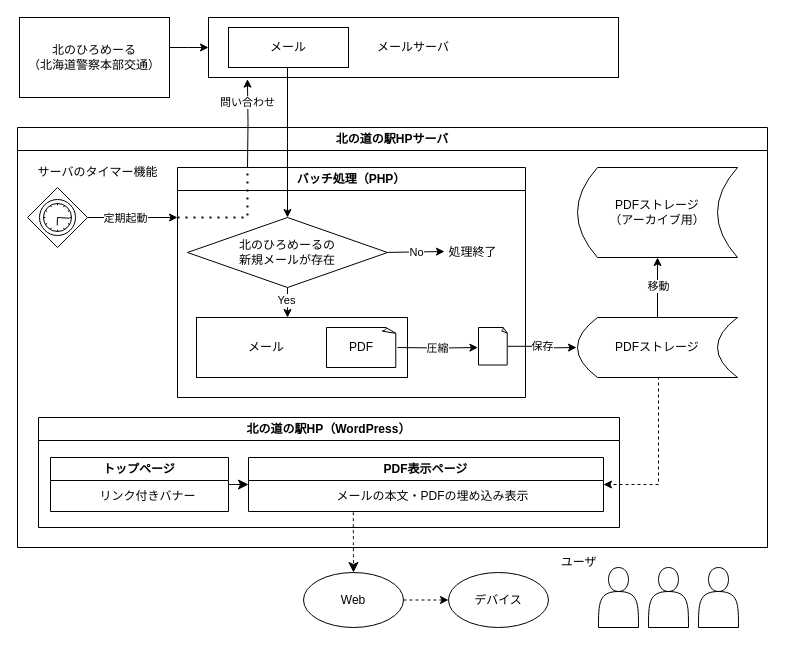
Above: システム概念図.drawio in Nisshee2424/quiz_app (draw.io), before the change. Source tidied: cells renumbered, new cells numbered last; positions are measured from the earlier drawing's top-left corner, leaving out a move shared by most shapes. Both pictures are drawn from the tidied source at 100%, with x=0, y=0 at pixel (17, 17).
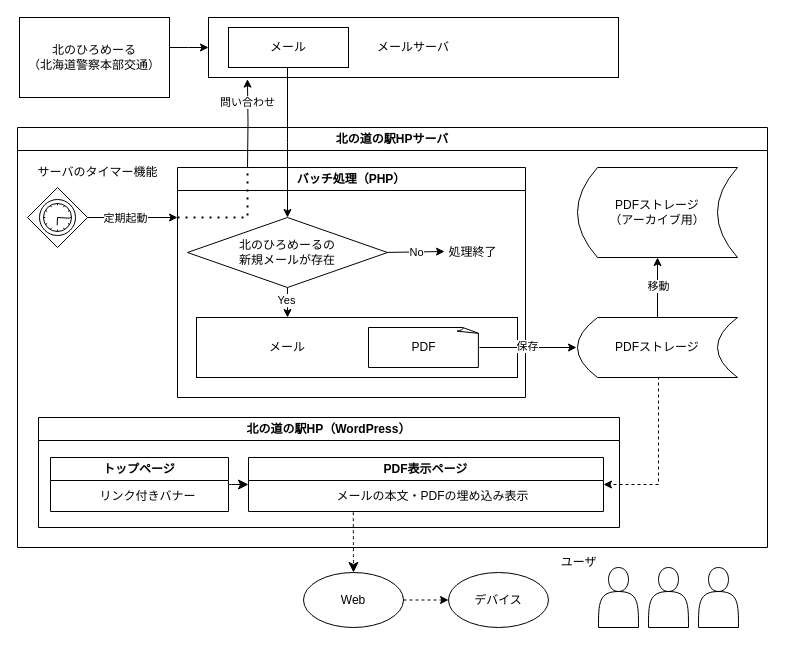
Above is the later version.

Commit message:
システム概念図.drawio を更新します

The change refers to these unchanged cells:
```xml
<mxCell id="9" value="バッチ処理（PHP）" style="swimlane;whiteSpace=wrap;html=1;" parent="2" vertex="1">
  <mxGeometry x="160" y="40" width="348" height="230" as="geometry" />
</mxCell>
```

The edit, as a diff of the source:
```diff
@@
     <mxCell id="10" style="rounded=0;whiteSpace=wrap;html=1;" parent="9" vertex="1">
-      <mxGeometry x="19" y="150" width="211" height="60" as="geometry" />
+      <mxGeometry x="19" y="150" width="321" height="60" as="geometry" />
     </mxCell>
@@
-    <mxCell id="18" style="edgeStyle=orthogonalEdgeStyle;rounded=0;jettySize=auto;html=1;entryX=-0.02;entryY=0.535;entryDx=0;entryDy=0;entryPerimeter=0;" parent="9" edge="1" target="24">
-      <mxGeometry relative="1" as="geometry">
-        <mxPoint x="220" y="180" as="sourcePoint" />
-      </mxGeometry>
-    </mxCell>
-    <mxCell id="19" value="圧縮" style="edgeLabel;html=1;align=center;verticalAlign=middle;" parent="18" vertex="1">
-      <mxGeometry x="-0.01" relative="1" as="geometry" />
-    </mxCell>
     <mxCell id="20" value="メール" style="text;html=1;align=center;verticalAlign=middle;whiteSpace=wrap;rounded=0;" parent="9" vertex="1">
-      <mxGeometry x="59" y="165" width="60" height="30" as="geometry" />
+      <mxGeometry x="80" y="165" width="60" height="30" as="geometry" />
     </mxCell>
     <mxCell id="21" value="PDF" style="whiteSpace=wrap;html=1;shape=mxgraph.basic.document;" parent="9" vertex="1">
-      <mxGeometry x="149" y="160" width="70" height="40" as="geometry" />
+      <mxGeometry x="191" y="160" width="111" height="40" as="geometry" />
     </mxCell>
-    <mxCell id="22" style="edgeStyle=orthogonalEdgeStyle;rounded=0;jettySize=auto;html=1;" parent="9" edge="1" source="24">
+    <mxCell id="22" style="edgeStyle=orthogonalEdgeStyle;rounded=0;jettySize=auto;html=1;exitX=1;exitY=0.5;exitDx=0;exitDy=0;exitPerimeter=0;" parent="9" edge="1" source="21">
       <mxGeometry relative="1" as="geometry">
         <mxPoint x="399" y="180" as="targetPoint" />
       </mxGeometry>
     </mxCell>
@@
-    <mxCell id="24" style="whiteSpace=wrap;html=1;shape=mxgraph.basic.document;" parent="9" vertex="1">
-      <mxGeometry x="301" y="160" width="29" height="37.5" as="geometry" />
-    </mxCell>
```
